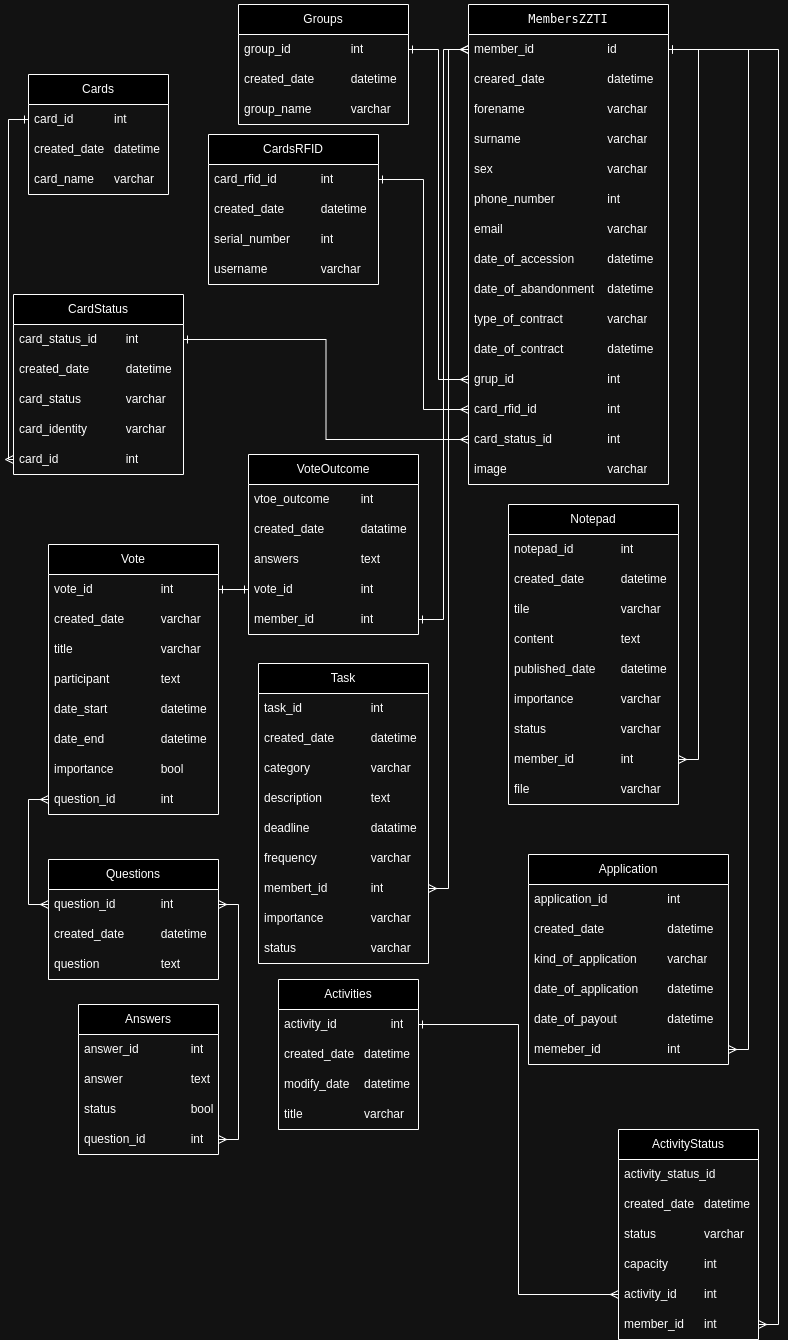
This is spec/TI_Management_Database_Schema.drawio.png from Mat3u52/TI_Management, a draw.io export, as it was before one commit. Source tidied: cells renumbered, new cells last; positions are measured from the earlier drawing's top-left corner, leaving out a move shared by most shapes.
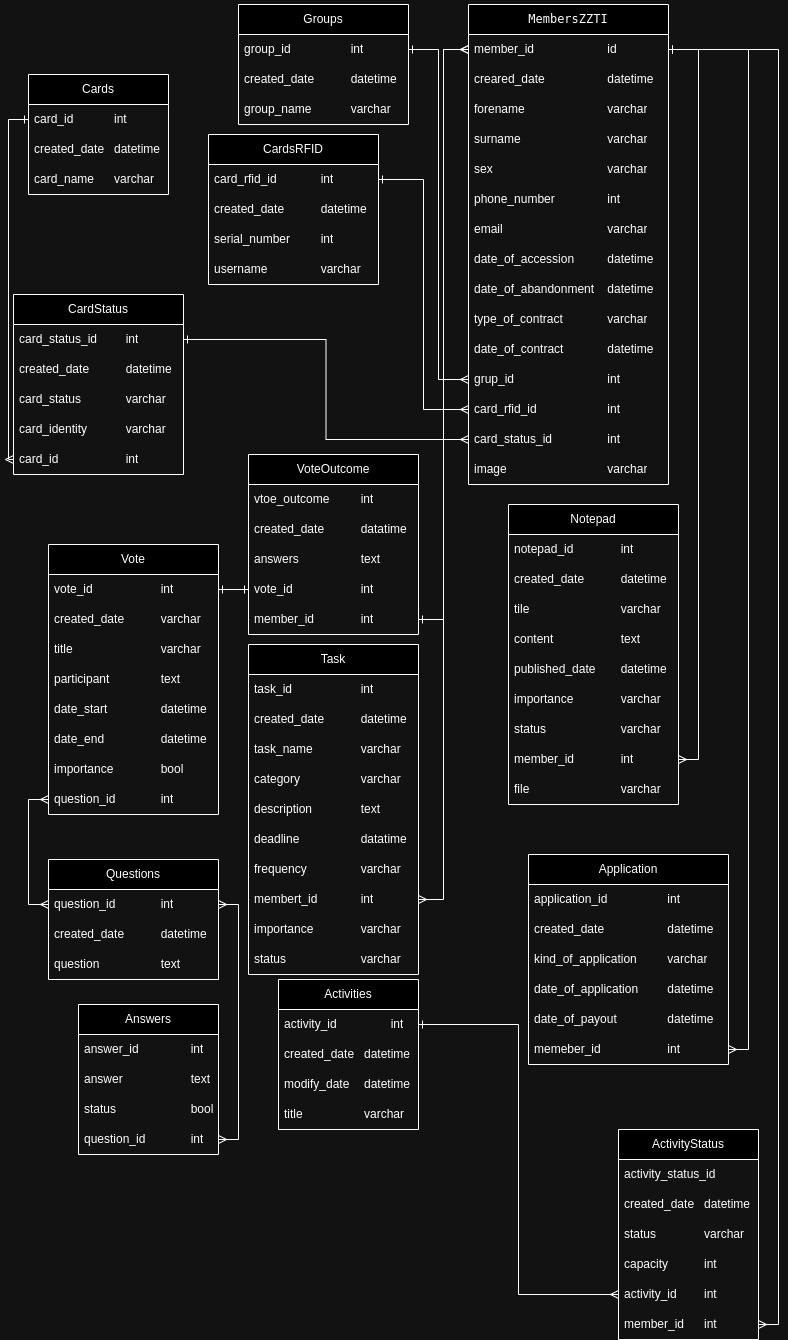
Later version of the same file.

Commit message:
new model Task

Change to the diagram source:
```diff
@@ -177,7 +177,7 @@
       <mxGeometry relative="1" as="geometry" />
     </mxCell>
     <mxCell id="60" value="Task" style="swimlane;fontStyle=0;horizontal=1;startSize=30;whiteSpace=wrap;html=1;" parent="1" vertex="1">
-      <mxGeometry x="245" y="659" width="170" height="300" as="geometry" />
+      <mxGeometry x="235" y="640" width="170" height="330" as="geometry" />
     </mxCell>
     <mxCell id="61" value="task_id&lt;span style=&quot;white-space: pre;&quot;&gt;&#9;&lt;/span&gt;&lt;span style=&quot;white-space: pre;&quot;&gt;&#9;&lt;/span&gt;&lt;span style=&quot;white-space: pre;&quot;&gt;&#9;&lt;/span&gt;int" style="text;strokeColor=none;fillColor=none;align=left;verticalAlign=middle;spacingLeft=4;spacingRight=4;overflow=hidden;whiteSpace=wrap;html=1;" parent="60" vertex="1">
       <mxGeometry y="30" width="170" height="30" as="geometry" />
@@ -185,26 +185,29 @@
     <mxCell id="62" value="created_date&lt;span style=&quot;white-space: pre;&quot;&gt;&#9;&lt;/span&gt;&lt;span style=&quot;white-space: pre;&quot;&gt;&#9;&lt;/span&gt;datetime" style="text;strokeColor=none;fillColor=none;align=left;verticalAlign=middle;spacingLeft=4;spacingRight=4;overflow=hidden;whiteSpace=wrap;html=1;" parent="60" vertex="1">
       <mxGeometry y="60" width="170" height="30" as="geometry" />
     </mxCell>
+    <mxCell id="113" value="task_name&lt;span style=&quot;white-space: pre;&quot;&gt;&#9;&lt;/span&gt;&lt;span style=&quot;white-space: pre;&quot;&gt;&#9;&lt;/span&gt;varchar" style="text;strokeColor=none;fillColor=none;align=left;verticalAlign=middle;spacingLeft=4;spacingRight=4;overflow=hidden;whiteSpace=wrap;html=1;" parent="60" vertex="1">
+      <mxGeometry y="90" width="170" height="30" as="geometry" />
+    </mxCell>
     <mxCell id="63" value="category&lt;span style=&quot;white-space: pre;&quot;&gt;&#9;&lt;/span&gt;&lt;span style=&quot;white-space: pre;&quot;&gt;&#9;&lt;/span&gt;&lt;span style=&quot;white-space: pre;&quot;&gt;&#9;&lt;/span&gt;varchar" style="text;strokeColor=none;fillColor=none;align=left;verticalAlign=middle;spacingLeft=4;spacingRight=4;overflow=hidden;whiteSpace=wrap;html=1;" parent="60" vertex="1">
-      <mxGeometry y="90" width="170" height="30" as="geometry" />
+      <mxGeometry y="120" width="170" height="30" as="geometry" />
     </mxCell>
     <mxCell id="64" value="description&lt;span style=&quot;white-space: pre;&quot;&gt;&#9;&lt;/span&gt;&lt;span style=&quot;white-space: pre;&quot;&gt;&#9;&lt;/span&gt;text" style="text;strokeColor=none;fillColor=none;align=left;verticalAlign=middle;spacingLeft=4;spacingRight=4;overflow=hidden;whiteSpace=wrap;html=1;" parent="60" vertex="1">
-      <mxGeometry y="120" width="170" height="30" as="geometry" />
+      <mxGeometry y="150" width="170" height="30" as="geometry" />
     </mxCell>
     <mxCell id="65" value="deadline&lt;span style=&quot;white-space: pre;&quot;&gt;&#9;&lt;/span&gt;&lt;span style=&quot;white-space: pre;&quot;&gt;&#9;&lt;/span&gt;&lt;span style=&quot;white-space: pre;&quot;&gt;&#9;&lt;/span&gt;datatime" style="text;strokeColor=none;fillColor=none;align=left;verticalAlign=middle;spacingLeft=4;spacingRight=4;overflow=hidden;whiteSpace=wrap;html=1;" parent="60" vertex="1">
-      <mxGeometry y="150" width="170" height="30" as="geometry" />
+      <mxGeometry y="180" width="170" height="30" as="geometry" />
     </mxCell>
     <mxCell id="66" value="frequency&lt;span style=&quot;white-space: pre;&quot;&gt;&#9;&lt;/span&gt;&lt;span style=&quot;white-space: pre;&quot;&gt;&#9;&lt;/span&gt;varchar" style="text;strokeColor=none;fillColor=none;align=left;verticalAlign=middle;spacingLeft=4;spacingRight=4;overflow=hidden;whiteSpace=wrap;html=1;" parent="60" vertex="1">
-      <mxGeometry y="180" width="170" height="30" as="geometry" />
+      <mxGeometry y="210" width="170" height="30" as="geometry" />
     </mxCell>
     <mxCell id="67" value="membert_id&lt;span style=&quot;white-space: pre;&quot;&gt;&#9;&lt;/span&gt;&lt;span style=&quot;white-space: pre;&quot;&gt;&#9;&lt;/span&gt;int" style="text;strokeColor=none;fillColor=none;align=left;verticalAlign=middle;spacingLeft=4;spacingRight=4;overflow=hidden;points=[[0,0.5],[1,0.5]];portConstraint=eastwest;whiteSpace=wrap;html=1;" parent="60" vertex="1">
-      <mxGeometry y="210" width="170" height="30" as="geometry" />
+      <mxGeometry y="240" width="170" height="30" as="geometry" />
     </mxCell>
     <mxCell id="68" value="importance&lt;span style=&quot;white-space: pre;&quot;&gt;&#9;&lt;/span&gt;&lt;span style=&quot;white-space: pre;&quot;&gt;&#9;&lt;/span&gt;varchar" style="text;strokeColor=none;fillColor=none;align=left;verticalAlign=middle;spacingLeft=4;spacingRight=4;overflow=hidden;whiteSpace=wrap;html=1;" parent="60" vertex="1">
-      <mxGeometry y="240" width="170" height="30" as="geometry" />
+      <mxGeometry y="270" width="170" height="30" as="geometry" />
     </mxCell>
     <mxCell id="69" value="status&lt;span style=&quot;white-space: pre;&quot;&gt;&#9;&lt;/span&gt;&lt;span style=&quot;white-space: pre;&quot;&gt;&#9;&lt;/span&gt;&lt;span style=&quot;white-space: pre;&quot;&gt;&#9;&lt;/span&gt;varchar" style="text;strokeColor=none;fillColor=none;align=left;verticalAlign=middle;spacingLeft=4;spacingRight=4;overflow=hidden;whiteSpace=wrap;html=1;" parent="60" vertex="1">
-      <mxGeometry y="270" width="170" height="30" as="geometry" />
+      <mxGeometry y="300" width="170" height="30" as="geometry" />
     </mxCell>
     <mxCell id="70" style="edgeStyle=orthogonalEdgeStyle;rounded=0;jettySize=auto;html=1;endArrow=ERmany;endFill=0;startArrow=ERmany;startFill=0;" parent="1" edge="1" source="18" target="67">
       <mxGeometry relative="1" as="geometry" />
```
